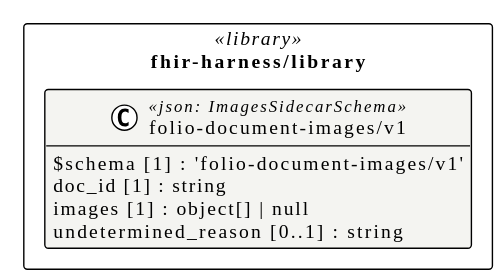
Above: assets/img/uml/overview/fhir-harness/library.svg in litlfred/smart-trust (PlantUML), before the change. Source of this version:
```plantuml
@startuml
!pragma layout elk
!theme plain
skinparam classAttributeIconSize 0
skinparam shadowing false
skinparam packageStyle rectangle
hide empty methods

package "fhir-harness/library" as pkg_fhir_harness_library <<library>> {
  class "folio-document-images/v1" as fhir_harness_library_folio_document_images_v1_folio_document_images_v1 <<json: ImagesSidecarSchema>> #f4f4f1 {
    $schema [1] : 'folio-document-images/v1'
    doc_id [1] : string
    images [1] : object[] | null
    undetermined_reason [0..1] : string
  }
}
@enduml
```
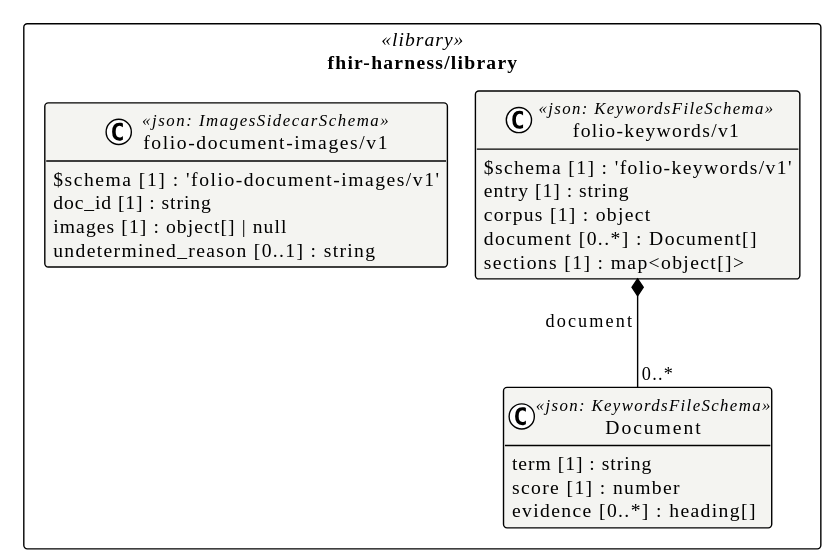
After the commit.

What changed in the source:
```diff
@@ -13,5 +13,19 @@
     images [1] : object[] | null
     undetermined_reason [0..1] : string
   }
+  class "Document" as fhir_harness_library_folio_keywords_v1_Document <<json: KeywordsFileSchema>> #f4f4f1 {
+    term [1] : string
+    score [1] : number
+    evidence [0..*] : heading[]
+  }
+  class "folio-keywords/v1" as fhir_harness_library_folio_keywords_v1_folio_keywords_v1 <<json: KeywordsFileSchema>> #f4f4f1 {
+    $schema [1] : 'folio-keywords/v1'
+    entry [1] : string
+    corpus [1] : object
+    document [0..*] : Document[]
+    sections [1] : map<object[]>
+  }
 }
+
+fhir_harness_library_folio_keywords_v1_folio_keywords_v1 *-- "0..*" fhir_harness_library_folio_keywords_v1_Document : document
 @enduml
```
